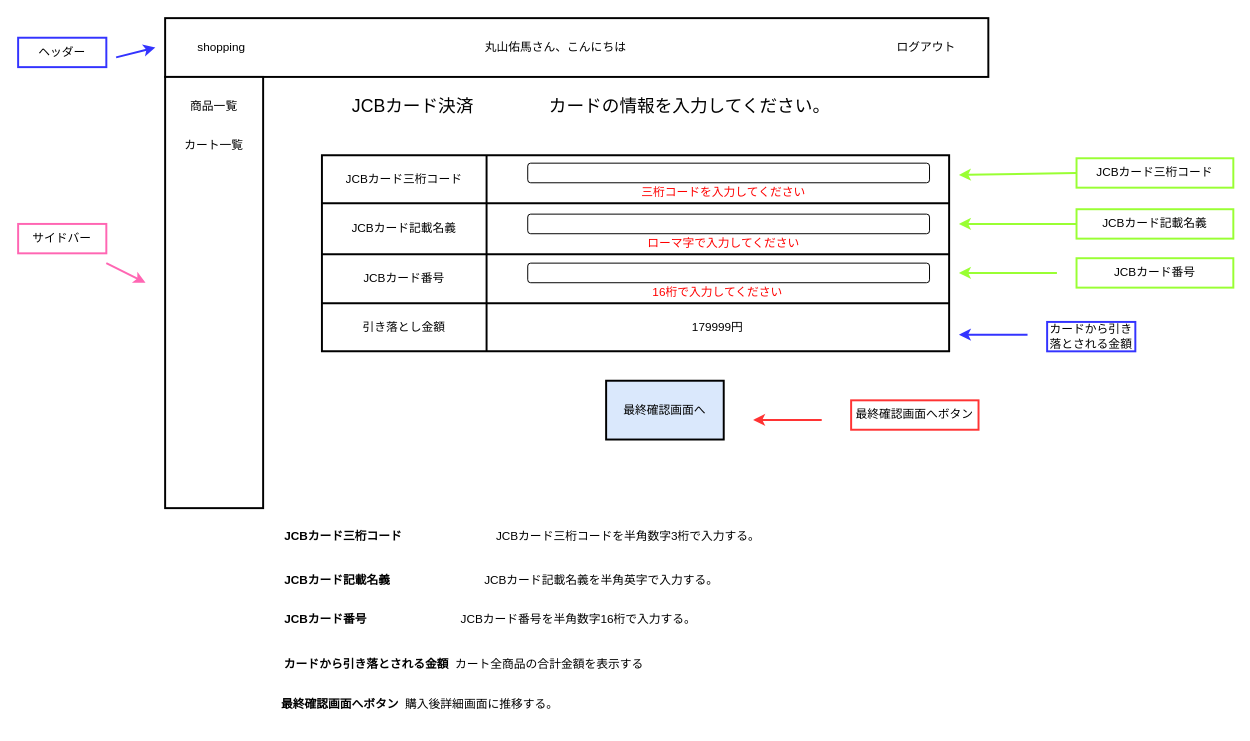
YumaMaruyama/ITworksTRYshopping keeps this draw.io diagram as page "決済画面" (6 of 33) of src/main/resources/templates/shopping/Untitled Diagram.drawio. Above is the earlier version. Source tidied: cells renumbered, new cells numbered last; positions are measured from the earlier drawing's top-left corner, leaving out a move shared by most shapes. Both pictures are drawn from the tidied source at 98%, with x=0, y=0 at pixel (18, 18).
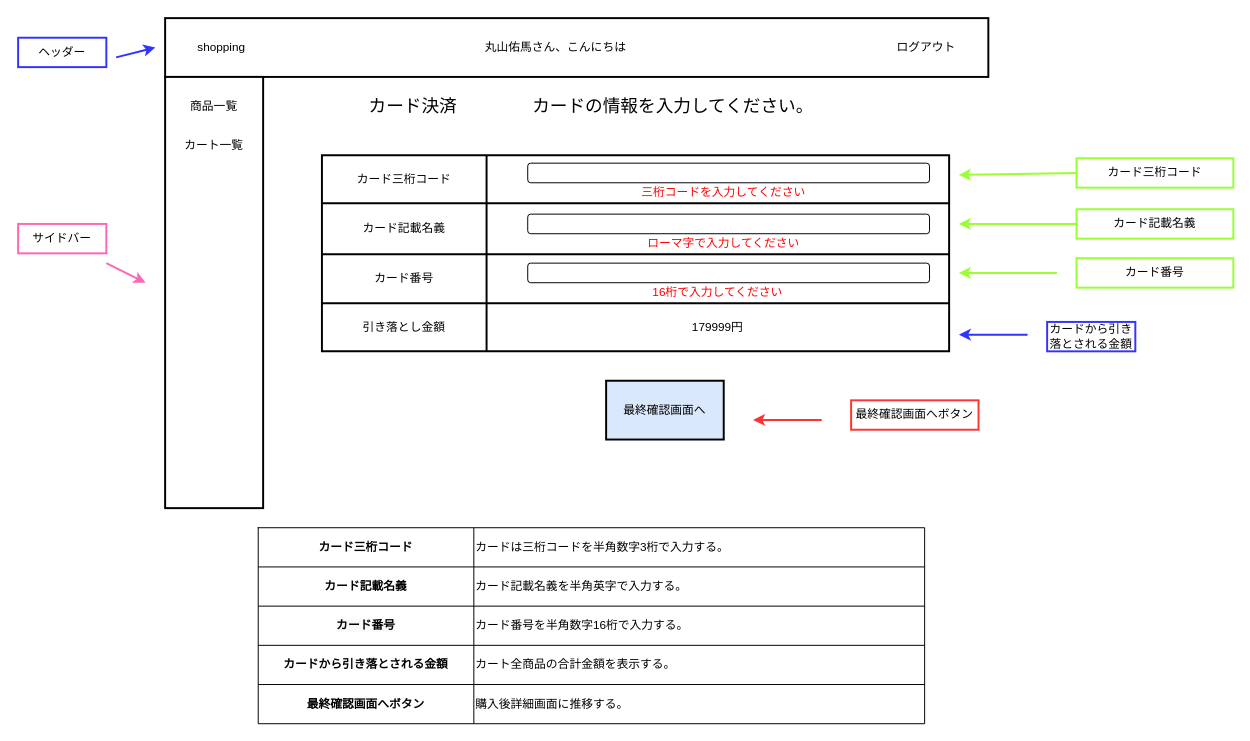
After the change.

Unchanged cells that the change refers to:
```xml
<mxCell id="4" style="shape=partialRectangle;fillColor=none;top=0;left=0;bottom=0;right=0;" parent="3" vertex="1">
  <mxGeometry width="640" height="49" as="geometry" />
</mxCell>
<mxCell id="7" style="shape=partialRectangle;fillColor=none;top=0;left=0;bottom=0;right=0;" parent="3" vertex="1">
  <mxGeometry y="49" width="640" height="52" as="geometry" />
</mxCell>
<mxCell id="10" style="shape=partialRectangle;fillColor=none;top=0;left=0;bottom=0;right=0;" parent="3" vertex="1">
  <mxGeometry y="101" width="640" height="50" as="geometry" />
</mxCell>
```

Diff of the diagram source:
```diff
@@
-    <mxCell id="2" value="&lt;font style=&quot;font-size: 18px&quot;&gt;JCBカード決済 　　　　カードの情報を入力してください。&lt;/font&gt;" style="text;html=1;strokeColor=none;fillColor=none;align=center;verticalAlign=middle;whiteSpace=wrap;rounded=0;" parent="1" vertex="1">
+    <mxCell id="2" value="&lt;font style=&quot;font-size: 18px&quot;&gt;カード決済 　　　　カードの情報を入力してください。&lt;/font&gt;" style="text;html=1;strokeColor=none;fillColor=none;align=center;verticalAlign=middle;whiteSpace=wrap;rounded=0;" parent="1" vertex="1">
       <mxGeometry x="280" y="80" width="610" height="20" as="geometry" />
     </mxCell>
@@
-    <mxCell id="5" value="JCBカード三桁コード" style="shape=partialRectangle;html=1;whiteSpace=wrap;overflow=hidden;fillColor=none;top=0;left=0;bottom=0;right=0;" parent="4" vertex="1">
+    <mxCell id="5" value="カード三桁コード" style="shape=partialRectangle;html=1;whiteSpace=wrap;overflow=hidden;fillColor=none;top=0;left=0;bottom=0;right=0;" parent="4" vertex="1">
       <mxGeometry width="168" height="49" as="geometry" />
     </mxCell>
@@
-    <mxCell id="8" value="JCBカード記載名義" style="shape=partialRectangle;html=1;whiteSpace=wrap;overflow=hidden;fillColor=none;top=0;left=0;bottom=0;right=0;" parent="7" vertex="1">
+    <mxCell id="8" value="カード記載名義" style="shape=partialRectangle;html=1;whiteSpace=wrap;overflow=hidden;fillColor=none;top=0;left=0;bottom=0;right=0;" parent="7" vertex="1">
       <mxGeometry width="168" height="52" as="geometry" />
     </mxCell>
@@
-    <mxCell id="11" value="JCBカード番号" style="shape=partialRectangle;html=1;whiteSpace=wrap;overflow=hidden;fillColor=none;top=0;left=0;bottom=0;right=0;" parent="10" vertex="1">
+    <mxCell id="11" value="カード番号" style="shape=partialRectangle;html=1;whiteSpace=wrap;overflow=hidden;fillColor=none;top=0;left=0;bottom=0;right=0;" parent="10" vertex="1">
       <mxGeometry width="168" height="50" as="geometry" />
     </mxCell>
@@
-    <mxCell id="20" value="JCBカード三桁コード" style="rounded=0;whiteSpace=wrap;html=1;strokeWidth=2;strokeColor=#99FF33;" parent="1" vertex="1">
+    <mxCell id="20" value="カード三桁コード" style="rounded=0;whiteSpace=wrap;html=1;strokeWidth=2;strokeColor=#99FF33;" parent="1" vertex="1">
       <mxGeometry x="1080" y="143" width="160" height="30" as="geometry" />
     </mxCell>
@@
-    <mxCell id="24" value="&lt;b&gt;カードから引き落とされる金額&lt;/b&gt;&lt;span style=&quot;white-space: pre&quot;&gt; &lt;span style=&quot;white-space: pre&quot;&gt; カート全商品の合計金額を表示する&lt;/span&gt;&lt;/span&gt;" style="text;html=1;strokeColor=none;fillColor=none;align=center;verticalAlign=middle;whiteSpace=wrap;rounded=0;" parent="1" vertex="1">
-      <mxGeometry x="170" y="640" width="570" height="40" as="geometry" />
-    </mxCell>
@@
-    <mxCell id="27" value="&lt;b&gt;最終確認画面へボタン&lt;/b&gt;&lt;span style=&quot;white-space: pre&quot;&gt; &lt;span style=&quot;white-space: pre&quot;&gt; &lt;/span&gt;&lt;/span&gt;購入後詳細画面に推移する。" style="text;html=1;strokeColor=none;fillColor=none;align=center;verticalAlign=middle;whiteSpace=wrap;rounded=0;" parent="1" vertex="1">
-      <mxGeometry x="40" y="680" width="740" height="40" as="geometry" />
-    </mxCell>
@@
-    <mxCell id="38" value="JCBカード記載名義" style="rounded=0;whiteSpace=wrap;html=1;strokeWidth=2;strokeColor=#99FF33;" parent="1" vertex="1">
+    <mxCell id="38" value="カード記載名義" style="rounded=0;whiteSpace=wrap;html=1;strokeWidth=2;strokeColor=#99FF33;" parent="1" vertex="1">
       <mxGeometry x="1080" y="195" width="160" height="30" as="geometry" />
     </mxCell>
@@
-    <mxCell id="42" value="JCBカード番号" style="rounded=0;whiteSpace=wrap;html=1;strokeWidth=2;strokeColor=#99FF33;" parent="1" vertex="1">
+    <mxCell id="42" value="カード番号" style="rounded=0;whiteSpace=wrap;html=1;strokeWidth=2;strokeColor=#99FF33;" parent="1" vertex="1">
       <mxGeometry x="1080" y="245" width="160" height="30" as="geometry" />
     </mxCell>
-    <mxCell id="43" value="&lt;span style=&quot;font-family: &amp;#34;helvetica&amp;#34; ; text-align: center&quot;&gt;&lt;b&gt;JCBカード三桁コード&lt;/b&gt;&lt;/span&gt;&lt;span style=&quot;color: rgb(0 , 0 , 0) ; font-family: &amp;#34;helvetica&amp;#34; ; font-size: 12px ; font-style: normal ; font-weight: 400 ; letter-spacing: normal ; text-align: center ; text-indent: 0px ; text-transform: none ; word-spacing: 0px ; display: inline ; float: none&quot;&gt;　　　　　　　　JCBカード三桁コード&lt;/span&gt;&lt;span style=&quot;text-align: center ; background-color: rgb(255 , 255 , 255)&quot;&gt;を半角数字3桁で入力する。&lt;/span&gt;&lt;br style=&quot;color: rgb(0 , 0 , 0) ; font-family: &amp;#34;helvetica&amp;#34; ; font-size: 12px ; font-style: normal ; font-weight: 400 ; letter-spacing: normal ; text-align: center ; text-indent: 0px ; text-transform: none ; word-spacing: 0px&quot;&gt;&lt;span style=&quot;color: rgb(0 , 0 , 0) ; font-family: &amp;#34;helvetica&amp;#34; ; font-size: 12px ; font-style: normal ; font-weight: 400 ; letter-spacing: normal ; text-align: center ; text-indent: 0px ; text-transform: none ; word-spacing: 0px ; display: inline ; float: none&quot;&gt;　　　　&lt;/span&gt;" style="text;whiteSpace=wrap;html=1;" parent="1" vertex="1">
-      <mxGeometry x="270" y="515" width="740" height="70" as="geometry" />
-    </mxCell>
-    <mxCell id="44" value="&lt;span style=&quot;font-family: &amp;#34;helvetica&amp;#34; ; text-align: center&quot;&gt;&lt;b&gt;JCBカード記載名義&lt;/b&gt;&lt;/span&gt;&lt;span style=&quot;color: rgb(0 , 0 , 0) ; font-family: &amp;#34;helvetica&amp;#34; ; font-size: 12px ; font-style: normal ; font-weight: 400 ; letter-spacing: normal ; text-align: center ; text-indent: 0px ; text-transform: none ; word-spacing: 0px ; display: inline ; float: none&quot;&gt;　　　　　　　　JCBカード記載名義&lt;/span&gt;&lt;span style=&quot;text-align: center ; background-color: rgb(255 , 255 , 255)&quot;&gt;を半角英字で入力する。&lt;/span&gt;" style="text;whiteSpace=wrap;html=1;" parent="1" vertex="1">
-      <mxGeometry x="270" y="560" width="740" height="70" as="geometry" />
-    </mxCell>
-    <mxCell id="45" value="&lt;span style=&quot;font-family: &amp;#34;helvetica&amp;#34; ; text-align: center&quot;&gt;&lt;b&gt;JCBカード番号&lt;/b&gt;&lt;/span&gt;&lt;span style=&quot;color: rgb(0 , 0 , 0) ; font-family: &amp;#34;helvetica&amp;#34; ; font-size: 12px ; font-style: normal ; font-weight: 400 ; letter-spacing: normal ; text-align: center ; text-indent: 0px ; text-transform: none ; word-spacing: 0px ; display: inline ; float: none&quot;&gt;　　　　　　　　JCBカード番号&lt;/span&gt;&lt;span style=&quot;text-align: center ; background-color: rgb(255 , 255 , 255)&quot;&gt;を半角数字16桁で入力する。&lt;/span&gt;" style="text;whiteSpace=wrap;html=1;" parent="1" vertex="1">
-      <mxGeometry x="270" y="600" width="740" height="50" as="geometry" />
-    </mxCell>
+    <mxCell id="46" style="shape=table;startSize=0;childLayout=tableLayout;hachureGap=4;align=left;" parent="1" vertex="1">
+      <mxGeometry x="245" y="520" width="680" height="200" as="geometry" />
+    </mxCell>
+    <mxCell id="47" style="shape=partialRectangle;fillColor=none;top=0;left=0;bottom=0;right=0;hachureGap=4;align=left;" parent="46" vertex="1">
+      <mxGeometry width="680" height="40" as="geometry" />
+    </mxCell>
+    <mxCell id="48" value="&lt;b style=&quot;font-family: helvetica;&quot;&gt;カード三桁コード&lt;/b&gt;" style="shape=partialRectangle;html=1;whiteSpace=wrap;overflow=hidden;fillColor=none;top=0;left=0;bottom=0;right=0;hachureGap=4;align=center;" parent="47" vertex="1">
+      <mxGeometry width="220" height="40" as="geometry" />
+    </mxCell>
+    <mxCell id="49" value="&lt;span style=&quot;font-family: &amp;#34;helvetica&amp;#34; ; text-align: center&quot;&gt;カードは三桁コード&lt;/span&gt;&lt;span style=&quot;text-align: center ; background-color: rgb(255 , 255 , 255)&quot;&gt;を半角数字3桁で入力する。&lt;/span&gt;" style="shape=partialRectangle;html=1;whiteSpace=wrap;overflow=hidden;fillColor=none;top=0;left=0;bottom=0;right=0;hachureGap=4;align=left;" parent="47" vertex="1">
+      <mxGeometry x="220" width="460" height="40" as="geometry" />
+    </mxCell>
+    <mxCell id="50" style="shape=partialRectangle;fillColor=none;top=0;left=0;bottom=0;right=0;hachureGap=4;align=left;" parent="46" vertex="1">
+      <mxGeometry y="40" width="680" height="40" as="geometry" />
+    </mxCell>
+    <mxCell id="51" value="&lt;b style=&quot;font-family: helvetica;&quot;&gt;カード記載名義&lt;/b&gt;" style="shape=partialRectangle;html=1;whiteSpace=wrap;overflow=hidden;fillColor=none;top=0;left=0;bottom=0;right=0;hachureGap=4;align=center;" parent="50" vertex="1">
+      <mxGeometry width="220" height="40" as="geometry" />
+    </mxCell>
+    <mxCell id="52" value="&lt;span style=&quot;font-family: &amp;#34;helvetica&amp;#34; ; text-align: center&quot;&gt;カード記載名義&lt;/span&gt;&lt;span style=&quot;text-align: center ; background-color: rgb(255 , 255 , 255)&quot;&gt;を半角英字で入力する。&lt;/span&gt;" style="shape=partialRectangle;html=1;whiteSpace=wrap;overflow=hidden;fillColor=none;top=0;left=0;bottom=0;right=0;hachureGap=4;align=left;" parent="50" vertex="1">
+      <mxGeometry x="220" width="460" height="40" as="geometry" />
+    </mxCell>
+    <mxCell id="53" style="shape=partialRectangle;fillColor=none;top=0;left=0;bottom=0;right=0;hachureGap=4;align=left;" parent="46" vertex="1">
+      <mxGeometry y="80" width="680" height="40" as="geometry" />
+    </mxCell>
+    <mxCell id="54" value="&lt;b style=&quot;color: rgb(0, 0, 0); font-family: helvetica; font-size: 12px; font-style: normal; letter-spacing: normal; text-indent: 0px; text-transform: none; word-spacing: 0px; background-color: rgb(248, 249, 250);&quot;&gt;カード番号&lt;/b&gt;" style="shape=partialRectangle;html=1;whiteSpace=wrap;overflow=hidden;fillColor=none;top=0;left=0;bottom=0;right=0;hachureGap=4;align=center;" parent="53" vertex="1">
+      <mxGeometry width="220" height="40" as="geometry" />
+    </mxCell>
+    <mxCell id="55" value="&lt;span style=&quot;font-family: &amp;#34;helvetica&amp;#34; ; text-align: center&quot;&gt;カード番号&lt;/span&gt;&lt;span style=&quot;text-align: center ; background-color: rgb(255 , 255 , 255)&quot;&gt;を半角数字16桁で入力する。&lt;/span&gt;" style="shape=partialRectangle;html=1;whiteSpace=wrap;overflow=hidden;fillColor=none;top=0;left=0;bottom=0;right=0;hachureGap=4;align=left;" parent="53" vertex="1">
+      <mxGeometry x="220" width="460" height="40" as="geometry" />
+    </mxCell>
+    <mxCell id="56" style="shape=partialRectangle;fillColor=none;top=0;left=0;bottom=0;right=0;hachureGap=4;align=left;" parent="46" vertex="1">
+      <mxGeometry y="120" width="680" height="40" as="geometry" />
+    </mxCell>
+    <mxCell id="57" value="&lt;b style=&quot;&quot;&gt;カードから引き落とされる金額&lt;/b&gt;&lt;span style=&quot;&quot;&gt;  &lt;/span&gt;" style="shape=partialRectangle;html=1;whiteSpace=wrap;overflow=hidden;fillColor=none;top=0;left=0;bottom=0;right=0;hachureGap=4;align=center;" parent="56" vertex="1">
+      <mxGeometry width="220" height="40" as="geometry" />
+    </mxCell>
+    <mxCell id="58" value="&lt;span style=&quot;text-align: center&quot;&gt;カート全商品の合計金額を表示する。&lt;/span&gt;" style="shape=partialRectangle;html=1;whiteSpace=wrap;overflow=hidden;fillColor=none;top=0;left=0;bottom=0;right=0;hachureGap=4;align=left;" parent="56" vertex="1">
+      <mxGeometry x="220" width="460" height="40" as="geometry" />
+    </mxCell>
+    <mxCell id="59" style="shape=partialRectangle;fillColor=none;top=0;left=0;bottom=0;right=0;hachureGap=4;align=left;" parent="46" vertex="1">
+      <mxGeometry y="160" width="680" height="40" as="geometry" />
+    </mxCell>
+    <mxCell id="60" value="&lt;b style=&quot;&quot;&gt;最終確認画面へボタン&lt;/b&gt;" style="shape=partialRectangle;html=1;whiteSpace=wrap;overflow=hidden;fillColor=none;top=0;left=0;bottom=0;right=0;hachureGap=4;align=center;" parent="59" vertex="1">
+      <mxGeometry width="220" height="40" as="geometry" />
+    </mxCell>
+    <mxCell id="61" value="&lt;span style=&quot;text-align: center&quot;&gt;購入後詳細画面に推移する。&lt;/span&gt;" style="shape=partialRectangle;html=1;whiteSpace=wrap;overflow=hidden;fillColor=none;top=0;left=0;bottom=0;right=0;hachureGap=4;align=left;" parent="59" vertex="1">
+      <mxGeometry x="220" width="460" height="40" as="geometry" />
+    </mxCell>
```
